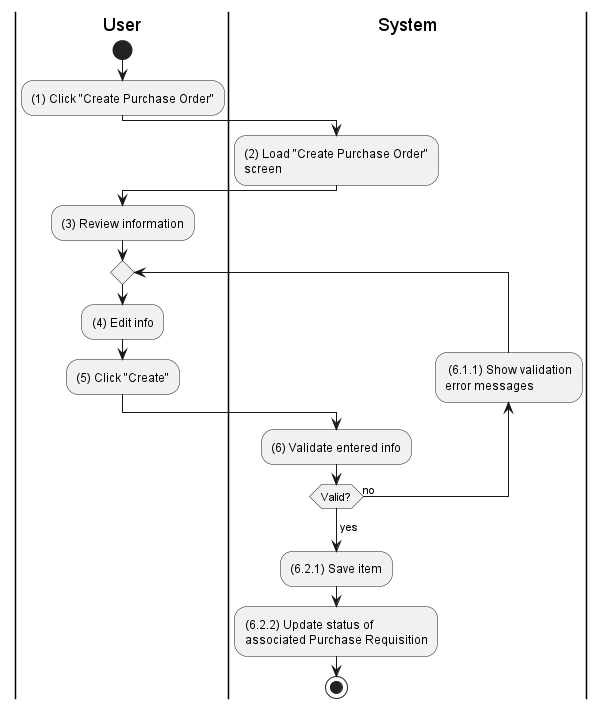
Earlier version of the PlantUML export activities/purchase-order-create.png (phihungha/scmss-reqs).
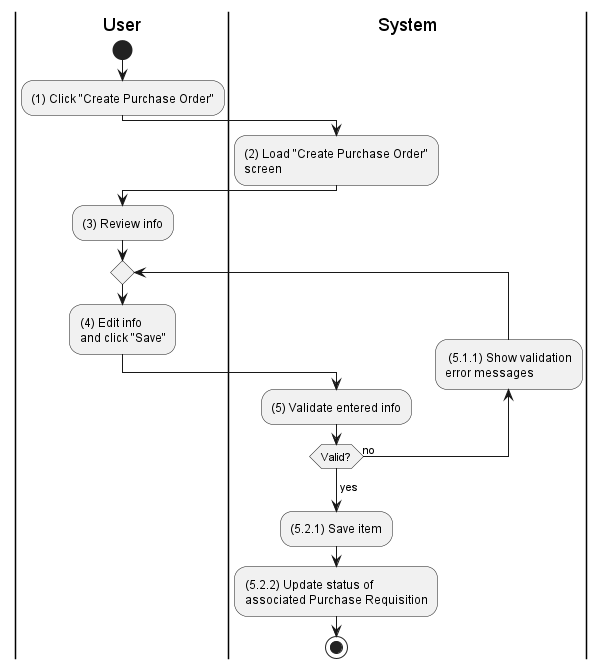
Later version of the same file.

Change to the diagram source:
```diff
@@ -10,17 +10,16 @@
 :(2) Load "Create Purchase Order"\nscreen;
 
 |u|
-:(3) Review information;
+:(3) Review info;
 repeat
-    :(4) Edit info;
-    :(5) Click "Create";
+    :(4) Edit info\nand click "Save";
 
     |s|
-    :(6) Validate entered info;
-    backward: (6.1.1) Show validation\nerror messages;
+    :(5) Validate entered info;
+    backward: (5.1.1) Show validation\nerror messages;
 repeat while (Valid?) is (no)
 ->yes;
-:(6.2.1) Save item;
-:(6.2.2) Update status of\nassociated Purchase Requisition;
+:(5.2.1) Save item;
+:(5.2.2) Update status of\nassociated Purchase Requisition;
 stop
 @enduml
```
